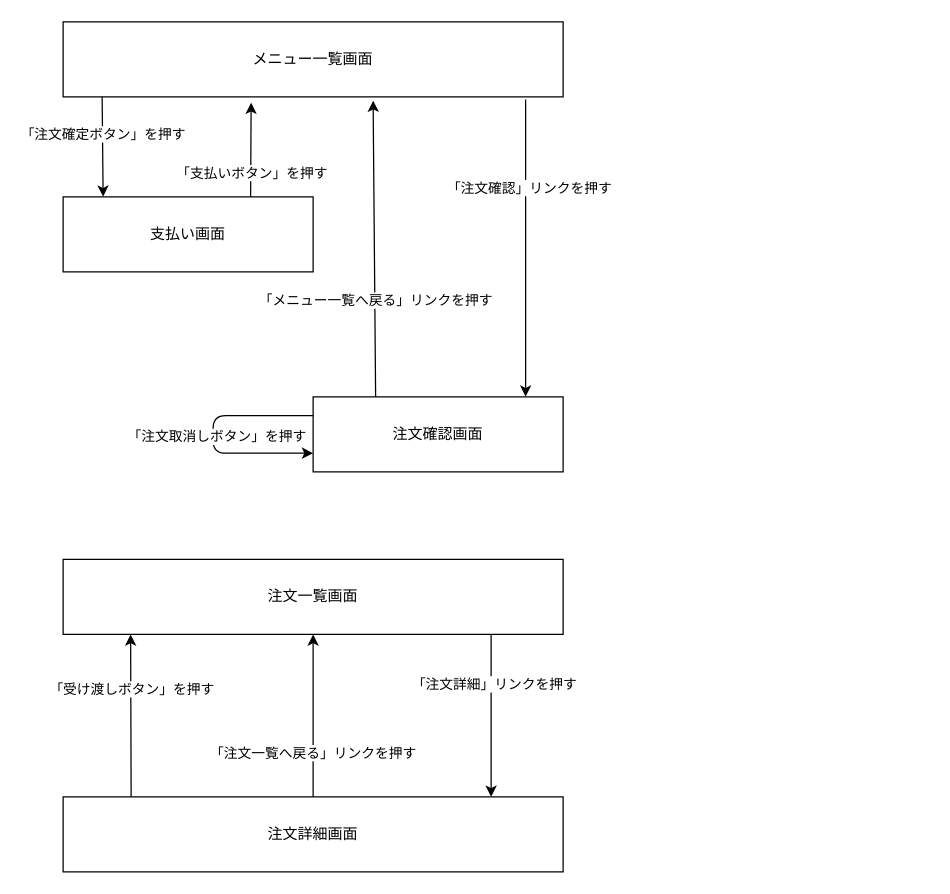
Above: docs/13-3/cafe-screen-flow.drawio in basstuba/post-app-practice (draw.io), before the change. Source tidied: cells renumbered, new cells numbered last; positions are measured from the earlier drawing's top-left corner, leaving out a move shared by most shapes. Both pictures are drawn from the tidied source at 125%, with x=0, y=0 at pixel (62, 21).
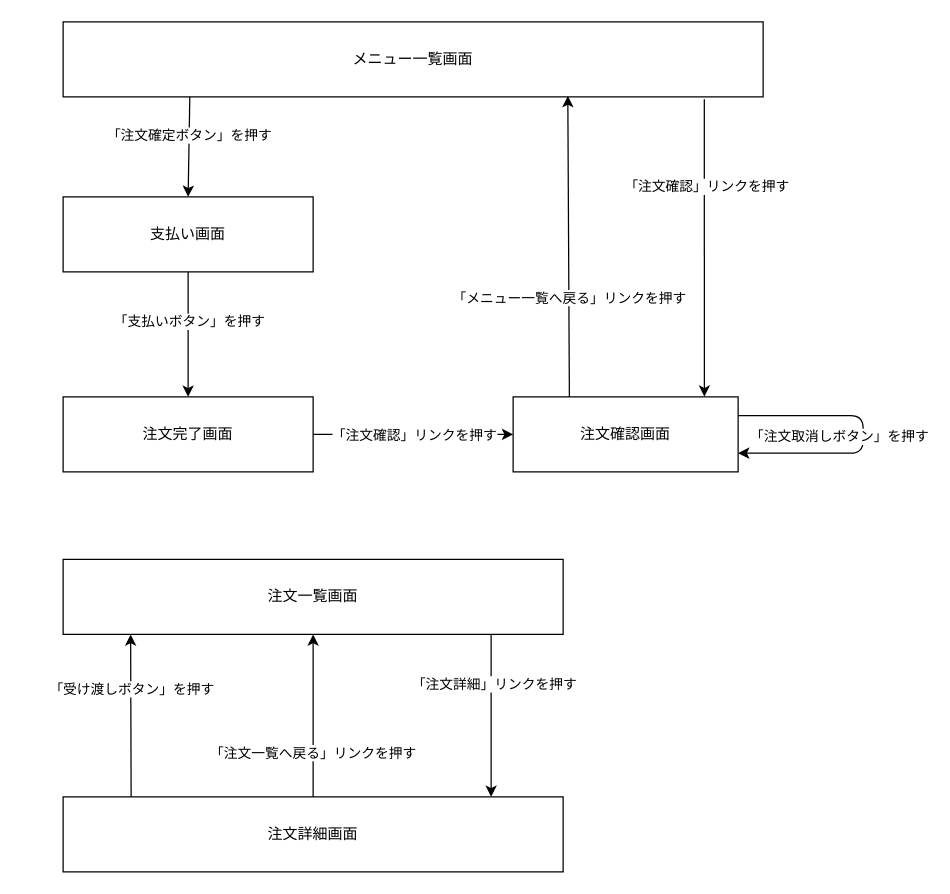
After the change.

Unchanged cells that the change refers to:
```xml
<mxCell id="13" value="支払い画面" style="rounded=0;whiteSpace=wrap;html=1;" parent="1" vertex="1">
  <mxGeometry y="140" width="200" height="60" as="geometry" />
</mxCell>
```

Diff of the diagram source:
```diff
@@
-    <mxCell id="2" style="edgeStyle=none;html=1;exitX=0.078;exitY=0.983;exitDx=0;exitDy=0;entryX=0.16;entryY=-0.003;entryDx=0;entryDy=0;exitPerimeter=0;entryPerimeter=0;" parent="1" edge="1" source="6" target="13">
+    <mxCell id="2" style="edgeStyle=none;html=1;exitX=0.181;exitY=0.987;exitDx=0;exitDy=0;entryX=0.5;entryY=0;entryDx=0;entryDy=0;exitPerimeter=0;" parent="1" edge="1" source="6" target="13">
       <mxGeometry relative="1" as="geometry" />
     </mxCell>
@@
-    <mxCell id="4" style="edgeStyle=none;html=1;entryX=0.85;entryY=-0.003;entryDx=0;entryDy=0;entryPerimeter=0;" parent="1" edge="1" target="9">
-      <mxGeometry relative="1" as="geometry">
-        <mxPoint x="370" y="62" as="sourcePoint" />
-      </mxGeometry>
+    <mxCell id="4" style="edgeStyle=none;html=1;entryX=0.85;entryY=-0.003;entryDx=0;entryDy=0;entryPerimeter=0;exitX=0.916;exitY=1.031;exitDx=0;exitDy=0;exitPerimeter=0;" parent="1" edge="1" source="6" target="9">
+      <mxGeometry relative="1" as="geometry" />
     </mxCell>
@@
     <mxCell id="6" value="メニュー一覧画面" style="rounded=0;whiteSpace=wrap;html=1;" parent="1" vertex="1">
-      <mxGeometry width="400" height="60" as="geometry" />
+      <mxGeometry width="560" height="60" as="geometry" />
     </mxCell>
-    <mxCell id="7" style="edgeStyle=none;html=1;exitX=0.25;exitY=0;exitDx=0;exitDy=0;entryX=0.62;entryY=1.05;entryDx=0;entryDy=0;entryPerimeter=0;" parent="1" edge="1" source="9" target="6">
+    <mxCell id="7" style="edgeStyle=none;html=1;exitX=0.25;exitY=0;exitDx=0;exitDy=0;entryX=0.721;entryY=0.987;entryDx=0;entryDy=0;entryPerimeter=0;" parent="1" edge="1" source="9" target="6">
       <mxGeometry relative="1" as="geometry" />
     </mxCell>
@@
     <mxCell id="9" value="注文確認画面" style="rounded=0;whiteSpace=wrap;html=1;" parent="1" vertex="1">
-      <mxGeometry x="200" y="300" width="200" height="60" as="geometry" />
+      <mxGeometry x="360" y="300" width="180" height="60" as="geometry" />
     </mxCell>
@@
-    <mxCell id="14" style="edgeStyle=none;html=1;exitX=0.75;exitY=0;exitDx=0;exitDy=0;entryX=0.376;entryY=1.077;entryDx=0;entryDy=0;entryPerimeter=0;" parent="1" edge="1" source="13" target="6">
+    <mxCell id="14" style="edgeStyle=none;html=1;exitX=0.5;exitY=1;exitDx=0;exitDy=0;entryX=0.5;entryY=0;entryDx=0;entryDy=0;" parent="1" edge="1" source="13" target="23">
       <mxGeometry relative="1" as="geometry" />
     </mxCell>
@@
-    <mxCell id="19" style="edgeStyle=none;html=1;exitX=0;exitY=0.25;exitDx=0;exitDy=0;entryX=0;entryY=0.75;entryDx=0;entryDy=0;" parent="1" edge="1" source="9" target="9">
+    <mxCell id="19" style="edgeStyle=orthogonalEdgeStyle;html=1;exitX=1;exitY=0.25;exitDx=0;exitDy=0;entryX=1;entryY=0.75;entryDx=0;entryDy=0;innerLoopWaypoints=1;" parent="1" edge="1" source="9" target="9">
       <mxGeometry relative="1" as="geometry">
         <Array as="points">
-          <mxPoint x="120" y="315" />
-          <mxPoint x="120" y="345" />
+          <mxPoint x="640" y="315" />
+          <mxPoint x="640" y="345" />
         </Array>
       </mxGeometry>
     </mxCell>
     <mxCell id="20" value="「注文取消しボタン」を押す" style="edgeLabel;html=1;align=center;verticalAlign=middle;" parent="19" vertex="1">
       <mxGeometry x="0.04" y="2" relative="1" as="geometry">
-        <mxPoint y="-3" as="offset" />
+        <mxPoint x="-22" y="-4" as="offset" />
       </mxGeometry>
     </mxCell>
@@
+    <mxCell id="23" value="注文完了画面" style="rounded=0;whiteSpace=wrap;html=1;" parent="1" vertex="1">
+      <mxGeometry y="300" width="200" height="60" as="geometry" />
+    </mxCell>
+    <mxCell id="24" style="edgeStyle=none;html=1;entryX=0;entryY=0.5;entryDx=0;entryDy=0;exitX=1;exitY=0.5;exitDx=0;exitDy=0;" parent="1" edge="1" source="23" target="9">
+      <mxGeometry relative="1" as="geometry" />
+    </mxCell>
+    <mxCell id="25" value="「注文確認」リンクを押す" style="edgeLabel;html=1;align=center;verticalAlign=middle;" parent="24" vertex="1">
+      <mxGeometry x="-0.1" y="2" relative="1" as="geometry">
+        <mxPoint x="8" y="2" as="offset" />
+      </mxGeometry>
+    </mxCell>
```
